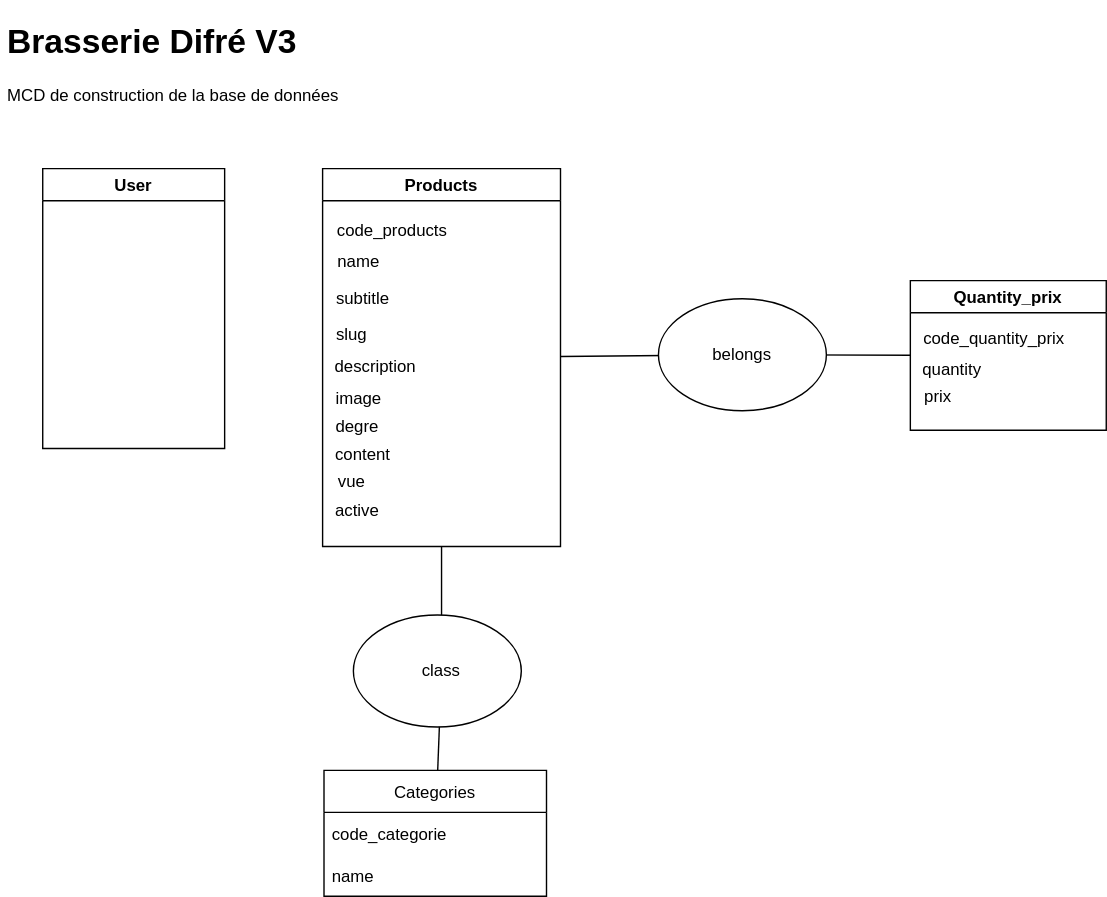
Above: sources/mcd.drawio.svg in maitrecanard/brasseriedifre_v3 (draw.io), before the change. Source tidied: cells renumbered, new cells last; positions are measured from the earlier drawing's top-left corner, leaving out a move shared by most shapes.
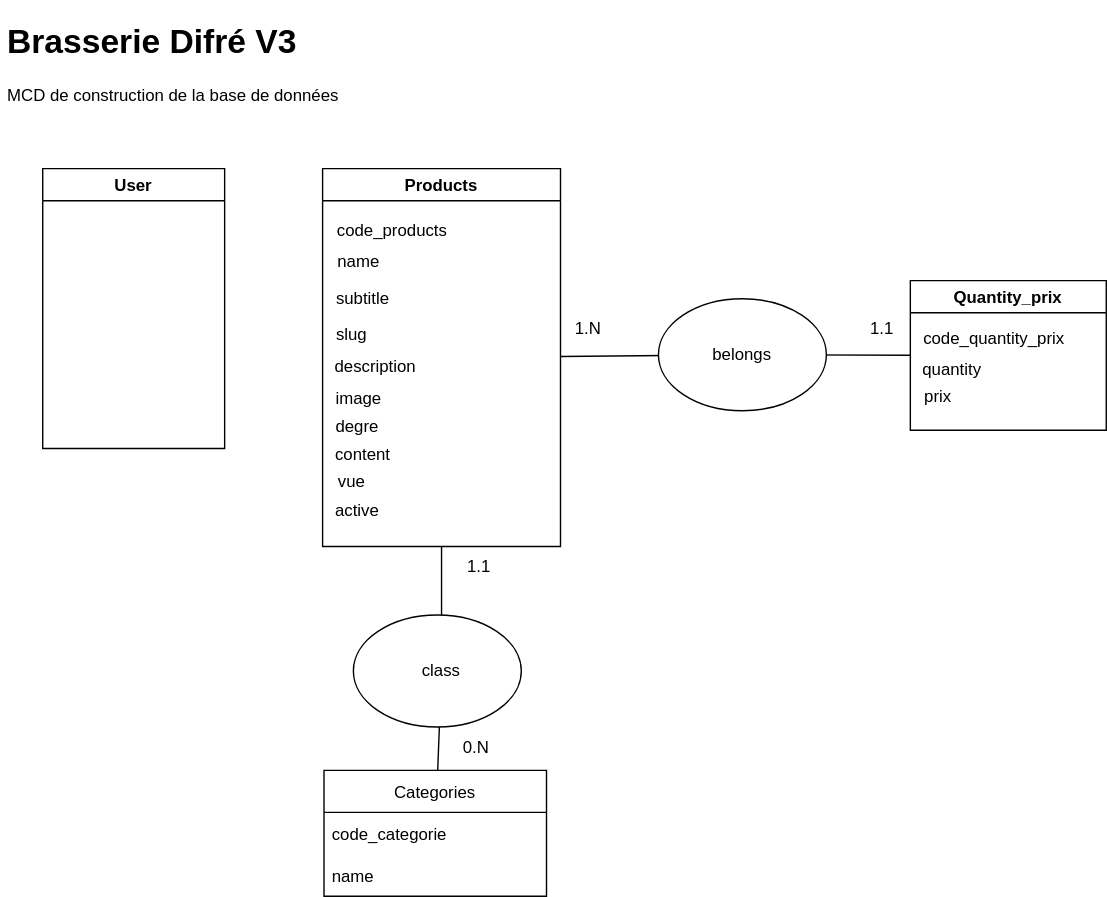
The same diagram one commit later.

Change to the diagram source:
```diff
@@ -86,5 +86,17 @@
     <mxCell id="29" value="class" style="text;html=1;strokeColor=none;fillColor=none;align=center;verticalAlign=middle;whiteSpace=wrap;rounded=0;" parent="1" vertex="1">
       <mxGeometry x="285" y="454" width="60" height="30" as="geometry" />
     </mxCell>
+    <mxCell id="30" value="1.N" style="text;html=1;strokeColor=none;fillColor=none;align=center;verticalAlign=middle;whiteSpace=wrap;rounded=0;" parent="1" vertex="1">
+      <mxGeometry x="390" y="210" width="60" height="30" as="geometry" />
+    </mxCell>
+    <mxCell id="31" value="1.1" style="text;html=1;strokeColor=none;fillColor=none;align=center;verticalAlign=middle;whiteSpace=wrap;rounded=0;" parent="1" vertex="1">
+      <mxGeometry x="600" y="210" width="60" height="30" as="geometry" />
+    </mxCell>
+    <mxCell id="32" value="1.1" style="text;html=1;strokeColor=none;fillColor=none;align=center;verticalAlign=middle;whiteSpace=wrap;rounded=0;" parent="1" vertex="1">
+      <mxGeometry x="312" y="380" width="60" height="30" as="geometry" />
+    </mxCell>
+    <mxCell id="33" value="0.N" style="text;html=1;strokeColor=none;fillColor=none;align=center;verticalAlign=middle;whiteSpace=wrap;rounded=0;" parent="1" vertex="1">
+      <mxGeometry x="310" y="509" width="60" height="30" as="geometry" />
+    </mxCell>
   </root>
 </mxGraphModel>
```
